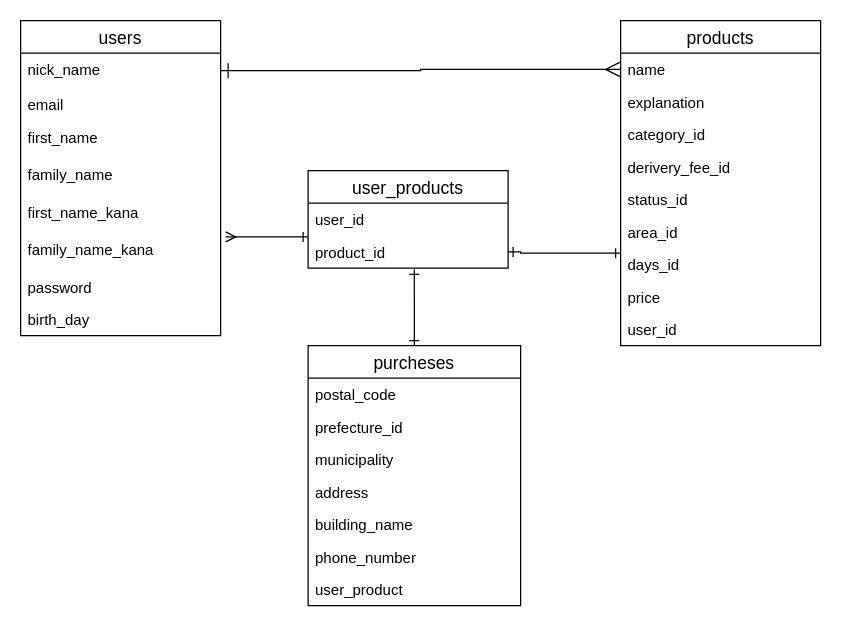
Earlier version of the draw.io diagram er.dio (kiiii8r/furima_29728). Source tidied: cells renumbered, new cells numbered last; positions are measured from the earlier drawing's top-left corner, leaving out a move shared by most shapes. Both pictures are drawn from the tidied source at 125%, with x=0, y=0 at pixel (20, 20).
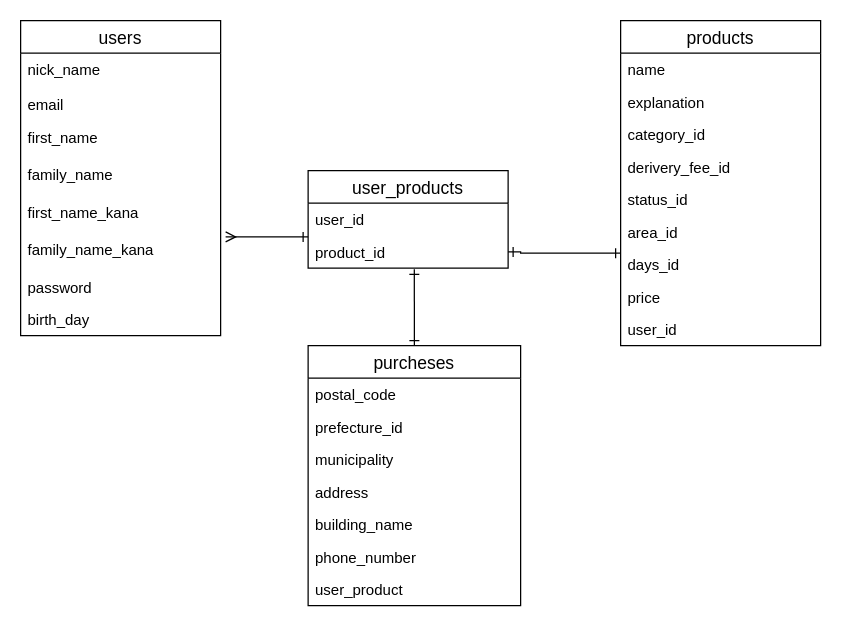
Above is the later version.

The change refers to these unchanged cells:
```xml
<mxCell id="3" value="name" style="text;strokeColor=none;fillColor=none;spacingLeft=4;spacingRight=4;overflow=hidden;points=[[0,0.5],[1,0.5]];portConstraint=eastwest;fontSize=12;" parent="2" vertex="1">
  <mxGeometry y="26" width="160" height="26" as="geometry" />
</mxCell>
<mxCell id="13" value="nick_name" style="text;strokeColor=none;fillColor=none;spacingLeft=4;spacingRight=4;overflow=hidden;points=[[0,0.5],[1,0.5]];portConstraint=eastwest;fontSize=12;" parent="12" vertex="1">
  <mxGeometry y="26" width="160" height="28" as="geometry" />
</mxCell>
```

What changed in the source:
```diff
@@
-    <mxCell id="22" style="edgeStyle=orthogonalEdgeStyle;rounded=0;jettySize=auto;html=1;exitX=1;exitY=0.5;exitDx=0;exitDy=0;entryX=0;entryY=0.5;entryDx=0;entryDy=0;startArrow=ERone;startFill=0;endArrow=ERmany;endFill=0;endSize=10;startSize=10;strokeWidth=1;" parent="1" edge="1" source="13" target="3">
-      <mxGeometry relative="1" as="geometry" />
-    </mxCell>
```
